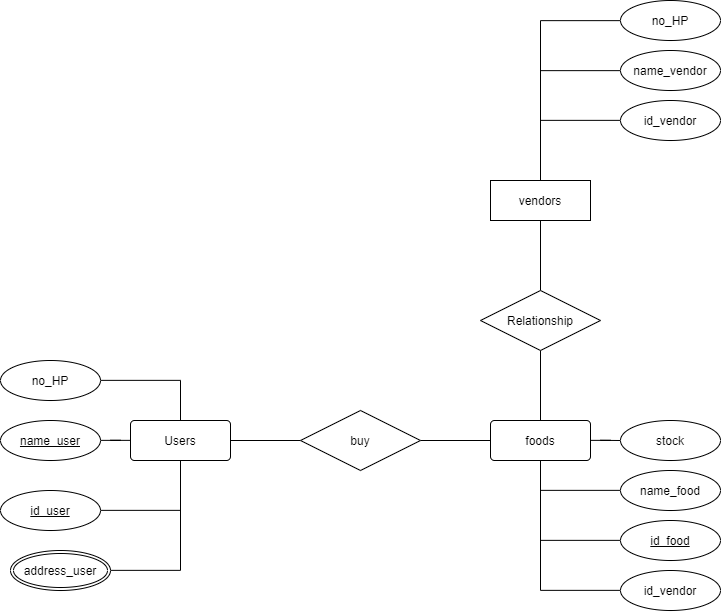
Alwanly/Apps-Trompet keeps this draw.io diagram as Database/db_trombet.png. Above is the earlier version. Source tidied: cells renumbered, new cells last; positions are measured from the earlier drawing's top-left corner, leaving out a move shared by most shapes. Its diagram source:
```xml
<mxGraphModel>
  <root>
    <mxCell id="0" />
    <mxCell id="1" parent="0" />
    <mxCell id="2" style="edgeStyle=orthogonalEdgeStyle;rounded=0;jettySize=auto;html=1;endArrow=none;endFill=0;" parent="1" edge="1" source="3" target="5">
      <mxGeometry relative="1" as="geometry" />
    </mxCell>
    <mxCell id="3" value="Users" style="rounded=1;arcSize=10;whiteSpace=wrap;html=1;align=center;" parent="1" vertex="1">
      <mxGeometry x="130" y="420" width="100" height="40" as="geometry" />
    </mxCell>
    <mxCell id="4" style="edgeStyle=orthogonalEdgeStyle;rounded=0;jettySize=auto;html=1;endArrow=none;endFill=0;" parent="1" edge="1" source="5" target="7">
      <mxGeometry relative="1" as="geometry" />
    </mxCell>
    <mxCell id="5" value="buy" style="shape=rhombus;perimeter=rhombusPerimeter;whiteSpace=wrap;html=1;align=center;" parent="1" vertex="1">
      <mxGeometry x="300" y="410" width="120" height="60" as="geometry" />
    </mxCell>
    <mxCell id="6" style="edgeStyle=orthogonalEdgeStyle;rounded=0;jettySize=auto;html=1;entryX=0.5;entryY=1;entryDx=0;entryDy=0;endArrow=none;endFill=0;" parent="1" edge="1" source="7" target="10">
      <mxGeometry relative="1" as="geometry" />
    </mxCell>
    <mxCell id="7" value="foods" style="rounded=1;arcSize=10;whiteSpace=wrap;html=1;align=center;" parent="1" vertex="1">
      <mxGeometry x="490" y="420" width="100" height="40" as="geometry" />
    </mxCell>
    <mxCell id="8" style="edgeStyle=orthogonalEdgeStyle;rounded=0;jettySize=auto;html=1;entryX=0.5;entryY=0;entryDx=0;entryDy=0;endArrow=none;endFill=0;" parent="1" edge="1" source="9" target="10">
      <mxGeometry relative="1" as="geometry" />
    </mxCell>
    <mxCell id="9" value="vendors" style="whiteSpace=wrap;html=1;align=center;" parent="1" vertex="1">
      <mxGeometry x="490" y="180" width="100" height="40" as="geometry" />
    </mxCell>
    <mxCell id="10" value="Relationship" style="shape=rhombus;perimeter=rhombusPerimeter;whiteSpace=wrap;html=1;align=center;" parent="1" vertex="1">
      <mxGeometry x="480" y="290" width="120" height="60" as="geometry" />
    </mxCell>
    <mxCell id="11" style="edgeStyle=orthogonalEdgeStyle;rounded=0;jettySize=auto;html=1;endArrow=none;endFill=0;" parent="1" edge="1" source="12" target="3">
      <mxGeometry relative="1" as="geometry" />
    </mxCell>
    <mxCell id="12" value="id_user" style="ellipse;whiteSpace=wrap;html=1;align=center;fontStyle=4;" parent="1" vertex="1">
      <mxGeometry y="490" width="100" height="40" as="geometry" />
    </mxCell>
    <mxCell id="13" style="edgeStyle=orthogonalEdgeStyle;rounded=0;jettySize=auto;html=1;endArrow=none;endFill=0;" parent="1" edge="1" source="14" target="3">
      <mxGeometry relative="1" as="geometry" />
    </mxCell>
    <mxCell id="14" value="name_user" style="ellipse;whiteSpace=wrap;html=1;align=center;fontStyle=4;" parent="1" vertex="1">
      <mxGeometry y="420" width="100" height="40" as="geometry" />
    </mxCell>
    <mxCell id="15" style="edgeStyle=orthogonalEdgeStyle;rounded=0;jettySize=auto;html=1;endArrow=none;endFill=0;" parent="1" edge="1" source="16" target="3">
      <mxGeometry relative="1" as="geometry" />
    </mxCell>
    <mxCell id="16" value="address_user" style="ellipse;shape=doubleEllipse;margin=3;whiteSpace=wrap;html=1;align=center;" parent="1" vertex="1">
      <mxGeometry x="10" y="550" width="100" height="40" as="geometry" />
    </mxCell>
    <mxCell id="17" style="edgeStyle=orthogonalEdgeStyle;rounded=0;jettySize=auto;html=1;entryX=0.5;entryY=0;entryDx=0;entryDy=0;endArrow=none;endFill=0;" parent="1" edge="1" source="18" target="3">
      <mxGeometry relative="1" as="geometry" />
    </mxCell>
    <mxCell id="18" value="no_HP" style="ellipse;whiteSpace=wrap;html=1;align=center;" parent="1" vertex="1">
      <mxGeometry y="360" width="100" height="40" as="geometry" />
    </mxCell>
    <mxCell id="19" style="edgeStyle=orthogonalEdgeStyle;rounded=0;jettySize=auto;html=1;entryX=0.5;entryY=1;entryDx=0;entryDy=0;endArrow=none;endFill=0;" parent="1" edge="1" source="20" target="7">
      <mxGeometry relative="1" as="geometry" />
    </mxCell>
    <mxCell id="20" value="id_food" style="ellipse;whiteSpace=wrap;html=1;align=center;fontStyle=4;" parent="1" vertex="1">
      <mxGeometry x="620" y="520" width="100" height="40" as="geometry" />
    </mxCell>
    <mxCell id="21" style="edgeStyle=orthogonalEdgeStyle;rounded=0;jettySize=auto;html=1;entryX=0.5;entryY=1;entryDx=0;entryDy=0;endArrow=none;endFill=0;" parent="1" edge="1" source="22" target="7">
      <mxGeometry relative="1" as="geometry" />
    </mxCell>
    <mxCell id="22" value="name_food" style="ellipse;whiteSpace=wrap;html=1;align=center;" parent="1" vertex="1">
      <mxGeometry x="620" y="470" width="100" height="40" as="geometry" />
    </mxCell>
    <mxCell id="23" style="edgeStyle=orthogonalEdgeStyle;rounded=0;jettySize=auto;html=1;exitX=0;exitY=0.5;exitDx=0;exitDy=0;endArrow=none;endFill=0;" parent="1" edge="1" source="24" target="7">
      <mxGeometry relative="1" as="geometry" />
    </mxCell>
    <mxCell id="24" value="stock" style="ellipse;whiteSpace=wrap;html=1;align=center;" parent="1" vertex="1">
      <mxGeometry x="620" y="420" width="100" height="40" as="geometry" />
    </mxCell>
    <mxCell id="25" style="edgeStyle=orthogonalEdgeStyle;rounded=0;jettySize=auto;html=1;entryX=0.5;entryY=1;entryDx=0;entryDy=0;endArrow=none;endFill=0;" parent="1" edge="1" source="26" target="7">
      <mxGeometry relative="1" as="geometry" />
    </mxCell>
    <mxCell id="26" value="id_vendor" style="ellipse;whiteSpace=wrap;html=1;align=center;" parent="1" vertex="1">
      <mxGeometry x="620" y="570" width="100" height="40" as="geometry" />
    </mxCell>
    <mxCell id="27" style="edgeStyle=orthogonalEdgeStyle;rounded=0;jettySize=auto;html=1;endArrow=none;endFill=0;" parent="1" edge="1" source="28">
      <mxGeometry relative="1" as="geometry">
        <mxPoint x="540" y="180" as="targetPoint" />
      </mxGeometry>
    </mxCell>
    <mxCell id="28" value="id_vendor" style="ellipse;whiteSpace=wrap;html=1;align=center;" parent="1" vertex="1">
      <mxGeometry x="620" y="100" width="100" height="40" as="geometry" />
    </mxCell>
    <mxCell id="29" style="edgeStyle=orthogonalEdgeStyle;rounded=0;jettySize=auto;html=1;endArrow=none;endFill=0;" parent="1" edge="1" source="30" target="9">
      <mxGeometry relative="1" as="geometry" />
    </mxCell>
    <mxCell id="30" value="name_vendor" style="ellipse;whiteSpace=wrap;html=1;align=center;" parent="1" vertex="1">
      <mxGeometry x="620" y="50" width="100" height="40" as="geometry" />
    </mxCell>
    <mxCell id="31" style="edgeStyle=orthogonalEdgeStyle;rounded=0;jettySize=auto;html=1;entryX=0.5;entryY=0;entryDx=0;entryDy=0;endArrow=none;endFill=0;" parent="1" edge="1" source="32" target="9">
      <mxGeometry relative="1" as="geometry" />
    </mxCell>
    <mxCell id="32" value="no_HP" style="ellipse;whiteSpace=wrap;html=1;align=center;" parent="1" vertex="1">
      <mxGeometry x="620" width="100" height="40" as="geometry" />
    </mxCell>
  </root>
</mxGraphModel>
```
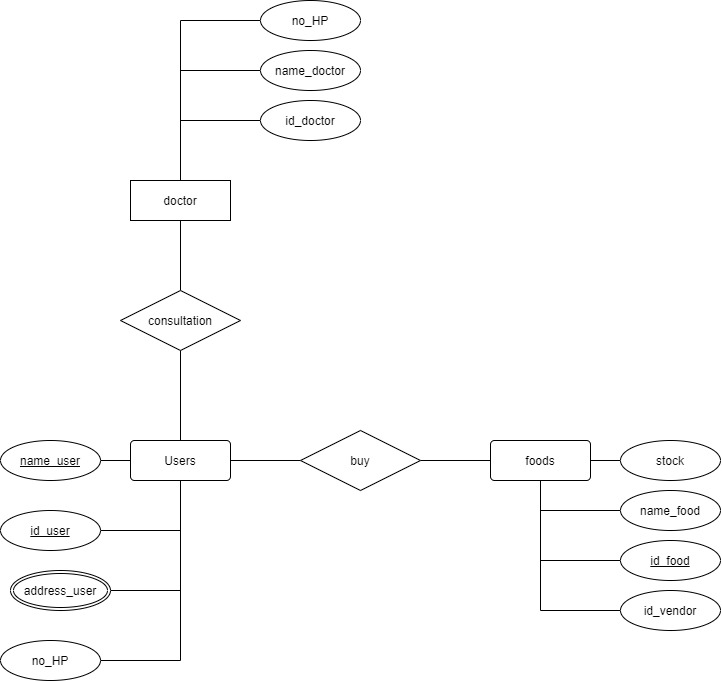
After the commit.

Change to the diagram source:
```diff
@@ -14,20 +14,20 @@
     <mxCell id="5" value="buy" style="shape=rhombus;perimeter=rhombusPerimeter;whiteSpace=wrap;html=1;align=center;" parent="1" vertex="1">
       <mxGeometry x="300" y="410" width="120" height="60" as="geometry" />
     </mxCell>
-    <mxCell id="6" style="edgeStyle=orthogonalEdgeStyle;rounded=0;jettySize=auto;html=1;entryX=0.5;entryY=1;entryDx=0;entryDy=0;endArrow=none;endFill=0;" parent="1" edge="1" source="7" target="10">
-      <mxGeometry relative="1" as="geometry" />
-    </mxCell>
     <mxCell id="7" value="foods" style="rounded=1;arcSize=10;whiteSpace=wrap;html=1;align=center;" parent="1" vertex="1">
       <mxGeometry x="490" y="420" width="100" height="40" as="geometry" />
     </mxCell>
     <mxCell id="8" style="edgeStyle=orthogonalEdgeStyle;rounded=0;jettySize=auto;html=1;entryX=0.5;entryY=0;entryDx=0;entryDy=0;endArrow=none;endFill=0;" parent="1" edge="1" source="9" target="10">
       <mxGeometry relative="1" as="geometry" />
     </mxCell>
-    <mxCell id="9" value="vendors" style="whiteSpace=wrap;html=1;align=center;" parent="1" vertex="1">
-      <mxGeometry x="490" y="180" width="100" height="40" as="geometry" />
+    <mxCell id="9" value="doctor" style="whiteSpace=wrap;html=1;align=center;" parent="1" vertex="1">
+      <mxGeometry x="130" y="160" width="100" height="40" as="geometry" />
     </mxCell>
+    <mxCell id="33" style="edgeStyle=orthogonalEdgeStyle;rounded=0;jettySize=auto;html=1;endArrow=none;endFill=0;" parent="1" edge="1" source="10" target="3">
+      <mxGeometry relative="1" as="geometry" />
+    </mxCell>
-    <mxCell id="10" value="Relationship" style="shape=rhombus;perimeter=rhombusPerimeter;whiteSpace=wrap;html=1;align=center;" parent="1" vertex="1">
-      <mxGeometry x="480" y="290" width="120" height="60" as="geometry" />
+    <mxCell id="10" value="consultation" style="shape=rhombus;perimeter=rhombusPerimeter;whiteSpace=wrap;html=1;align=center;" parent="1" vertex="1">
+      <mxGeometry x="120" y="270" width="120" height="60" as="geometry" />
     </mxCell>
     <mxCell id="11" style="edgeStyle=orthogonalEdgeStyle;rounded=0;jettySize=auto;html=1;endArrow=none;endFill=0;" parent="1" edge="1" source="12" target="3">
       <mxGeometry relative="1" as="geometry" />
@@ -47,11 +47,11 @@
     <mxCell id="16" value="address_user" style="ellipse;shape=doubleEllipse;margin=3;whiteSpace=wrap;html=1;align=center;" parent="1" vertex="1">
       <mxGeometry x="10" y="550" width="100" height="40" as="geometry" />
     </mxCell>
-    <mxCell id="17" style="edgeStyle=orthogonalEdgeStyle;rounded=0;jettySize=auto;html=1;entryX=0.5;entryY=0;entryDx=0;entryDy=0;endArrow=none;endFill=0;" parent="1" edge="1" source="18" target="3">
+    <mxCell id="17" style="edgeStyle=orthogonalEdgeStyle;rounded=0;jettySize=auto;html=1;entryX=0.5;entryY=1;entryDx=0;entryDy=0;endArrow=none;endFill=0;" parent="1" edge="1" source="18" target="3">
       <mxGeometry relative="1" as="geometry" />
     </mxCell>
     <mxCell id="18" value="no_HP" style="ellipse;whiteSpace=wrap;html=1;align=center;" parent="1" vertex="1">
-      <mxGeometry y="360" width="100" height="40" as="geometry" />
+      <mxGeometry y="620" width="100" height="40" as="geometry" />
     </mxCell>
     <mxCell id="19" style="edgeStyle=orthogonalEdgeStyle;rounded=0;jettySize=auto;html=1;entryX=0.5;entryY=1;entryDx=0;entryDy=0;endArrow=none;endFill=0;" parent="1" edge="1" source="20" target="7">
       <mxGeometry relative="1" as="geometry" />
@@ -79,23 +79,23 @@
     </mxCell>
     <mxCell id="27" style="edgeStyle=orthogonalEdgeStyle;rounded=0;jettySize=auto;html=1;endArrow=none;endFill=0;" parent="1" edge="1" source="28">
       <mxGeometry relative="1" as="geometry">
-        <mxPoint x="540" y="180" as="targetPoint" />
+        <mxPoint x="180" y="160" as="targetPoint" />
       </mxGeometry>
     </mxCell>
-    <mxCell id="28" value="id_vendor" style="ellipse;whiteSpace=wrap;html=1;align=center;" parent="1" vertex="1">
-      <mxGeometry x="620" y="100" width="100" height="40" as="geometry" />
+    <mxCell id="28" value="id_doctor" style="ellipse;whiteSpace=wrap;html=1;align=center;" parent="1" vertex="1">
+      <mxGeometry x="260" y="80" width="100" height="40" as="geometry" />
     </mxCell>
     <mxCell id="29" style="edgeStyle=orthogonalEdgeStyle;rounded=0;jettySize=auto;html=1;endArrow=none;endFill=0;" parent="1" edge="1" source="30" target="9">
       <mxGeometry relative="1" as="geometry" />
     </mxCell>
-    <mxCell id="30" value="name_vendor" style="ellipse;whiteSpace=wrap;html=1;align=center;" parent="1" vertex="1">
-      <mxGeometry x="620" y="50" width="100" height="40" as="geometry" />
+    <mxCell id="30" value="name_doctor" style="ellipse;whiteSpace=wrap;html=1;align=center;" parent="1" vertex="1">
+      <mxGeometry x="260" y="30" width="100" height="40" as="geometry" />
     </mxCell>
     <mxCell id="31" style="edgeStyle=orthogonalEdgeStyle;rounded=0;jettySize=auto;html=1;entryX=0.5;entryY=0;entryDx=0;entryDy=0;endArrow=none;endFill=0;" parent="1" edge="1" source="32" target="9">
       <mxGeometry relative="1" as="geometry" />
     </mxCell>
     <mxCell id="32" value="no_HP" style="ellipse;whiteSpace=wrap;html=1;align=center;" parent="1" vertex="1">
-      <mxGeometry x="620" width="100" height="40" as="geometry" />
+      <mxGeometry x="260" y="-20" width="100" height="40" as="geometry" />
     </mxCell>
   </root>
 </mxGraphModel>
```
